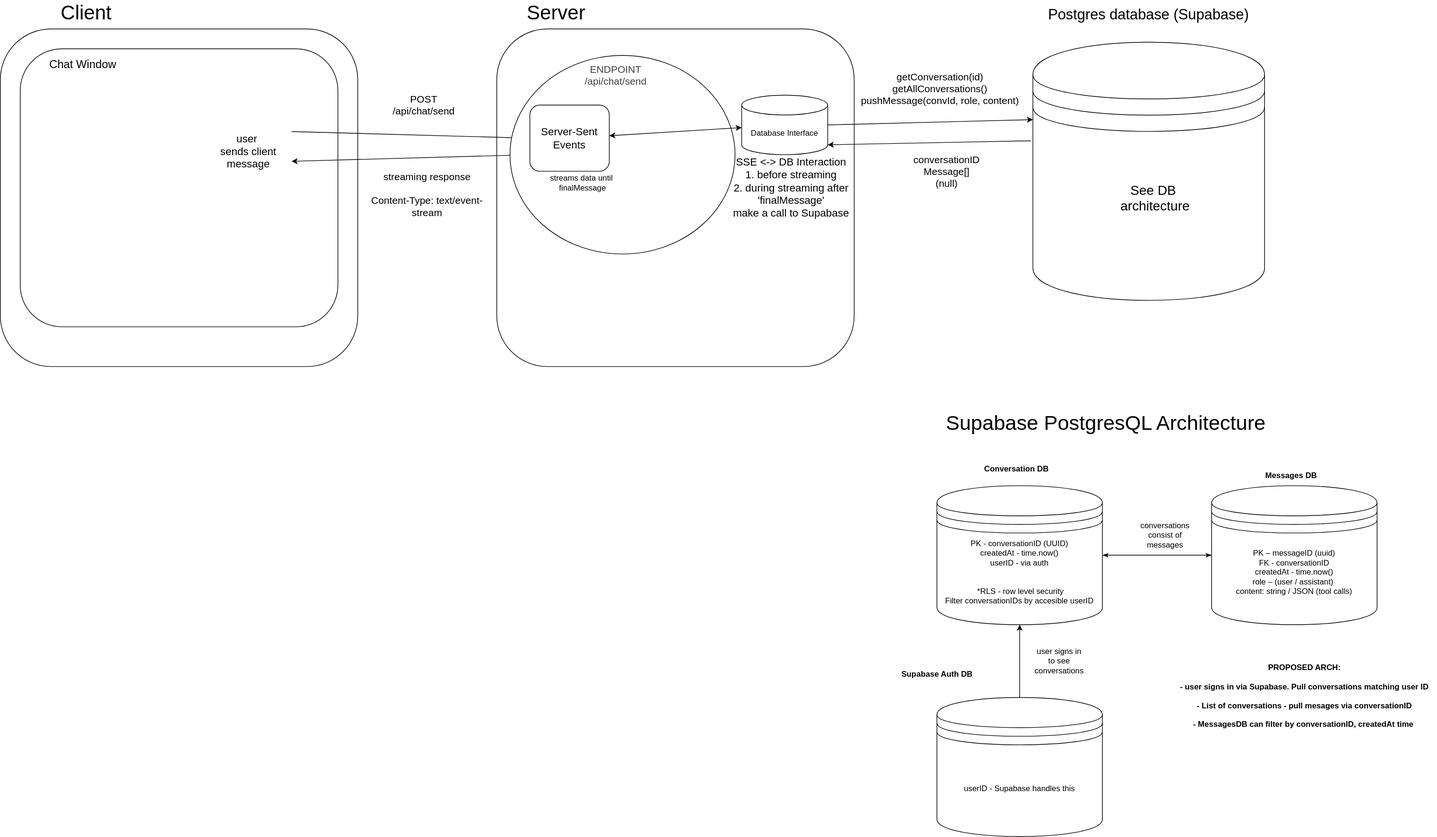
The draw.io diagram assets/architecture.drawio.svg in joshupadhyay/the-crunch, before a commit. Source tidied: cells renumbered, new cells last; positions are measured from the earlier drawing's top-left corner, leaving out a move shared by most shapes. Source of this version:
```xml
<mxGraphModel>
  <root>
    <mxCell id="0" />
    <mxCell id="1" parent="0" />
    <mxCell id="2" style="rounded=1;whiteSpace=wrap;html=1;" parent="1" vertex="1">
      <mxGeometry y="40" width="540" height="510" as="geometry" />
    </mxCell>
    <mxCell id="3" value="Client" style="text;strokeColor=none;align=center;fillColor=none;html=1;verticalAlign=middle;whiteSpace=wrap;rounded=0;fontSize=30;" parent="1" vertex="1">
      <mxGeometry x="100" width="60" height="30" as="geometry" />
    </mxCell>
    <mxCell id="4" style="rounded=1;whiteSpace=wrap;html=1;" parent="1" vertex="1">
      <mxGeometry x="750" y="40" width="540" height="510" as="geometry" />
    </mxCell>
    <mxCell id="5" value="Server" style="text;strokeColor=none;align=center;fillColor=none;html=1;verticalAlign=middle;whiteSpace=wrap;rounded=0;fontSize=30;" parent="1" vertex="1">
      <mxGeometry x="810" width="60" height="30" as="geometry" />
    </mxCell>
    <mxCell id="6" style="rounded=1;whiteSpace=wrap;html=1;" parent="1" vertex="1">
      <mxGeometry x="200" y="400" width="120" height="60" as="geometry" />
    </mxCell>
    <mxCell id="7" style="rounded=1;whiteSpace=wrap;html=1;" parent="1" vertex="1">
      <mxGeometry x="30" y="70" width="480" height="420" as="geometry" />
    </mxCell>
    <mxCell id="8" style="shape=datastore;whiteSpace=wrap;html=1;" parent="1" vertex="1">
      <mxGeometry x="1560" y="60" width="350" height="390" as="geometry" />
    </mxCell>
    <mxCell id="9" value="&lt;font style=&quot;font-size: 22px;&quot;&gt;Postgres database (Supabase)&lt;/font&gt;" style="text;strokeColor=none;align=center;fillColor=none;html=1;verticalAlign=middle;whiteSpace=wrap;rounded=0;fontSize=30;" parent="1" vertex="1">
      <mxGeometry x="1530" width="410" height="30" as="geometry" />
    </mxCell>
    <mxCell id="10" style="edgeStyle=none;html=1;startArrow=classicThin;startFill=1;endArrow=classicThin;endFill=1;" parent="1" edge="1" source="12" target="15">
      <mxGeometry relative="1" as="geometry" />
    </mxCell>
    <mxCell id="11" style="edgeStyle=none;html=1;entryX=0.5;entryY=0;entryDx=0;entryDy=0;startArrow=classic;startFill=1;endArrow=none;endFill=0;" parent="1" edge="1" source="12" target="17">
      <mxGeometry relative="1" as="geometry" />
    </mxCell>
    <mxCell id="12" value="PK - conversationID (UUID)&lt;div&gt;createdAt - time.now()&lt;/div&gt;&lt;div&gt;userID - via auth&lt;/div&gt;&lt;div&gt;&lt;br&gt;&lt;/div&gt;&lt;div&gt;&lt;br&gt;&lt;/div&gt;&lt;div&gt;&amp;nbsp;*RLS - row level security&lt;/div&gt;&lt;div&gt;Filter conversationIDs by accesible userID&lt;/div&gt;&lt;div&gt;&lt;br&gt;&lt;/div&gt;" style="shape=datastore;whiteSpace=wrap;html=1;" parent="1" vertex="1">
      <mxGeometry x="1415" y="730" width="250" height="210" as="geometry" />
    </mxCell>
    <mxCell id="13" value="Supabase PostgresQL Architecture" style="text;html=1;align=center;verticalAlign=middle;strokeColor=none;fillColor=none;fontSize=31;" parent="1" vertex="1">
      <mxGeometry x="1415" y="610" width="510" height="50" as="geometry" />
    </mxCell>
    <mxCell id="14" value="&lt;b&gt;Conversation DB&lt;/b&gt;" style="text;html=1;align=center;verticalAlign=middle;strokeColor=none;fillColor=none;" parent="1" vertex="1">
      <mxGeometry x="1475" y="690" width="120" height="30" as="geometry" />
    </mxCell>
    <mxCell id="15" value="PK – messageID (uuid)&lt;div&gt;FK - conversationID&lt;/div&gt;&lt;div&gt;createdAt - time.now()&lt;/div&gt;&lt;div&gt;role – (user / assistant)&amp;nbsp;&lt;/div&gt;&lt;div&gt;content: string / JSON (tool calls)&lt;/div&gt;&lt;div&gt;&lt;br&gt;&lt;/div&gt;" style="shape=datastore;whiteSpace=wrap;html=1;" parent="1" vertex="1">
      <mxGeometry x="1830" y="730" width="250" height="210" as="geometry" />
    </mxCell>
    <mxCell id="16" value="&lt;b&gt;Messages DB&lt;/b&gt;" style="text;html=1;align=center;verticalAlign=middle;strokeColor=none;fillColor=none;" parent="1" vertex="1">
      <mxGeometry x="1900" y="700" width="100" height="30" as="geometry" />
    </mxCell>
    <mxCell id="17" value="&lt;div&gt;userID - Supabase handles this&lt;/div&gt;" style="shape=datastore;whiteSpace=wrap;html=1;" parent="1" vertex="1">
      <mxGeometry x="1415" y="1050" width="250" height="210" as="geometry" />
    </mxCell>
    <mxCell id="18" value="&lt;b&gt;Supabase Auth DB&lt;/b&gt;" style="text;html=1;align=center;verticalAlign=middle;strokeColor=none;fillColor=none;" parent="1" vertex="1">
      <mxGeometry x="1350" y="1000" width="130" height="30" as="geometry" />
    </mxCell>
    <mxCell id="19" value="&lt;b&gt;PROPOSED ARCH:&lt;/b&gt;&lt;div&gt;&lt;b&gt;&lt;br&gt;&lt;/b&gt;&lt;/div&gt;&lt;div&gt;&lt;b&gt;- user signs in via Supabase. Pull conversations matching user ID&lt;/b&gt;&lt;/div&gt;&lt;div&gt;&lt;b&gt;&lt;br&gt;&lt;/b&gt;&lt;/div&gt;&lt;div&gt;&lt;b&gt;- List of conversations - pull mesages via conversationID&lt;/b&gt;&lt;/div&gt;&lt;div&gt;&lt;b&gt;&lt;br&gt;&lt;/b&gt;&lt;/div&gt;&lt;div&gt;&lt;b&gt;- MessagesDB can filter by conversationID, createdAt time&amp;nbsp;&lt;/b&gt;&lt;/div&gt;&lt;div&gt;&lt;b&gt;&lt;br&gt;&lt;/b&gt;&lt;/div&gt;" style="text;html=1;align=center;verticalAlign=middle;strokeColor=none;fillColor=none;" parent="1" vertex="1">
      <mxGeometry x="1770" y="990" width="400" height="130" as="geometry" />
    </mxCell>
    <mxCell id="20" value="user signs in to see conversations" style="text;strokeColor=none;align=center;fillColor=none;html=1;verticalAlign=middle;whiteSpace=wrap;rounded=0;" parent="1" vertex="1">
      <mxGeometry x="1570" y="980" width="60" height="30" as="geometry" />
    </mxCell>
    <mxCell id="21" value="conversations&lt;div&gt;consist of&lt;/div&gt;&lt;div&gt;messages&lt;/div&gt;" style="text;strokeColor=none;align=center;fillColor=none;html=1;verticalAlign=middle;whiteSpace=wrap;rounded=0;" parent="1" vertex="1">
      <mxGeometry x="1730" y="790" width="60" height="30" as="geometry" />
    </mxCell>
    <mxCell id="22" value="See DB&amp;nbsp;&lt;div&gt;architecture&lt;/div&gt;" style="text;strokeColor=none;align=center;fillColor=none;html=1;verticalAlign=middle;whiteSpace=wrap;rounded=0;fontSize=20;" parent="1" vertex="1">
      <mxGeometry x="1665" y="240" width="160" height="110" as="geometry" />
    </mxCell>
    <mxCell id="23" value="&lt;font style=&quot;font-size: 17px;&quot;&gt;Chat Window&lt;/font&gt;" style="text;strokeColor=none;align=center;fillColor=none;html=1;verticalAlign=middle;whiteSpace=wrap;rounded=0;" parent="1" vertex="1">
      <mxGeometry x="40" y="80" width="170" height="30" as="geometry" />
    </mxCell>
    <mxCell id="24" value="user&amp;nbsp;&lt;div&gt;sends client message&lt;/div&gt;" style="text;strokeColor=none;align=center;fillColor=none;html=1;verticalAlign=middle;whiteSpace=wrap;rounded=0;fontSize=16;" parent="1" vertex="1">
      <mxGeometry x="310" y="195" width="130" height="60" as="geometry" />
    </mxCell>
    <mxCell id="25" style="edgeStyle=none;html=1;entryX=0;entryY=0.5;entryDx=0;entryDy=0;exitX=1;exitY=0;exitDx=0;exitDy=0;" parent="1" edge="1" source="24" target="31">
      <mxGeometry relative="1" as="geometry" />
    </mxCell>
    <mxCell id="26" style="edgeStyle=none;html=1;exitX=0;exitY=0.75;exitDx=0;exitDy=0;entryX=1;entryY=0.75;entryDx=0;entryDy=0;" parent="1" edge="1" source="31" target="24">
      <mxGeometry relative="1" as="geometry" />
    </mxCell>
    <mxCell id="27" value="&lt;div&gt;&lt;font style=&quot;font-size: 15px;&quot;&gt;POST&lt;/font&gt;&lt;/div&gt;&lt;font style=&quot;font-size: 15px;&quot;&gt;/api/chat/send&lt;/font&gt;" style="text;strokeColor=none;align=center;fillColor=none;html=1;verticalAlign=middle;whiteSpace=wrap;rounded=0;" parent="1" vertex="1">
      <mxGeometry x="580" y="140" width="120" height="30" as="geometry" />
    </mxCell>
    <mxCell id="28" value="&lt;div&gt;&lt;span style=&quot;font-size: 15px;&quot;&gt;streaming response&lt;/span&gt;&lt;/div&gt;&lt;div&gt;&lt;span style=&quot;font-size: 15px;&quot;&gt;&lt;br&gt;&lt;/span&gt;&lt;/div&gt;&lt;div&gt;&lt;span style=&quot;font-size: 15px;&quot;&gt;Content-Type: text/event-stream&lt;/span&gt;&lt;/div&gt;" style="text;strokeColor=none;align=center;fillColor=none;html=1;verticalAlign=middle;whiteSpace=wrap;rounded=0;" parent="1" vertex="1">
      <mxGeometry x="550" y="230" width="190" height="120" as="geometry" />
    </mxCell>
    <mxCell id="29" style="ellipse;whiteSpace=wrap;html=1;" parent="1" vertex="1">
      <mxGeometry x="770" y="80" width="340" height="300" as="geometry" />
    </mxCell>
    <mxCell id="30" style="edgeStyle=none;html=1;startArrow=classic;startFill=1;" parent="1" edge="1" source="31" target="36">
      <mxGeometry relative="1" as="geometry" />
    </mxCell>
    <mxCell id="31" value="&lt;font style=&quot;font-size: 16px;&quot;&gt;Server-Sent Events&lt;/font&gt;" style="rounded=1;whiteSpace=wrap;html=1;" parent="1" vertex="1">
      <mxGeometry x="800" y="155" width="120" height="100" as="geometry" />
    </mxCell>
    <mxCell id="32" value="&lt;div&gt;&lt;span style=&quot;color: rgb(63, 63, 63); font-size: 15px; background-color: transparent;&quot;&gt;ENDPOINT&lt;br&gt;/api/chat/send&lt;/span&gt;&lt;/div&gt;" style="text;strokeColor=none;align=center;fillColor=none;html=1;verticalAlign=middle;whiteSpace=wrap;rounded=0;" parent="1" vertex="1">
      <mxGeometry x="865" y="90" width="130" height="40" as="geometry" />
    </mxCell>
    <mxCell id="33" value="&lt;div&gt;&lt;br&gt;&lt;/div&gt;&lt;div&gt;SSE &amp;lt;-&amp;gt; DB Interaction&lt;/div&gt;1. before streaming&lt;div&gt;2. during streaming after 'finalMessage'&lt;/div&gt;&lt;div&gt;make a call to Supabase&lt;/div&gt;" style="text;strokeColor=none;align=center;fillColor=none;html=1;verticalAlign=middle;whiteSpace=wrap;rounded=0;fontSize=16;" parent="1" vertex="1">
      <mxGeometry x="1100" y="232.5" width="190" height="75" as="geometry" />
    </mxCell>
    <mxCell id="34" value="streams data until&amp;nbsp;&lt;div&gt;finalMessage&lt;/div&gt;" style="text;strokeColor=none;align=center;fillColor=none;html=1;verticalAlign=middle;whiteSpace=wrap;rounded=0;" parent="1" vertex="1">
      <mxGeometry x="760" y="255" width="240" height="35" as="geometry" />
    </mxCell>
    <mxCell id="35" style="edgeStyle=none;html=1;exitX=1;exitY=0.5;exitDx=0;exitDy=0;exitPerimeter=0;entryX=0;entryY=0.3;entryDx=0;entryDy=0;startArrow=none;startFill=0;" parent="1" edge="1" source="36" target="8">
      <mxGeometry relative="1" as="geometry" />
    </mxCell>
    <mxCell id="36" value="Database Interface" style="shape=cylinder3;whiteSpace=wrap;html=1;boundedLbl=1;backgroundOutline=1;size=15;" parent="1" vertex="1">
      <mxGeometry x="1120" y="140" width="130" height="90" as="geometry" />
    </mxCell>
    <mxCell id="37" value="getConversation(id)&lt;div&gt;getAllConversations()&lt;/div&gt;&lt;div&gt;pushMessage(convId, role, content)&lt;/div&gt;" style="text;strokeColor=none;align=center;fillColor=none;html=1;verticalAlign=middle;whiteSpace=wrap;rounded=0;fontSize=15;" parent="1" vertex="1">
      <mxGeometry x="1290" y="80" width="260" height="100" as="geometry" />
    </mxCell>
    <mxCell id="38" style="edgeStyle=none;html=1;exitX=-0.009;exitY=0.382;exitDx=0;exitDy=0;entryX=1;entryY=1;entryDx=0;entryDy=-15;entryPerimeter=0;exitPerimeter=0;" parent="1" edge="1" source="8" target="36">
      <mxGeometry relative="1" as="geometry" />
    </mxCell>
    <mxCell id="39" value="conversationID&lt;div&gt;Message[]&lt;/div&gt;&lt;div&gt;(null)&lt;/div&gt;" style="text;strokeColor=none;align=center;fillColor=none;html=1;verticalAlign=middle;whiteSpace=wrap;rounded=0;fontSize=15;" parent="1" vertex="1">
      <mxGeometry x="1300" y="205" width="260" height="100" as="geometry" />
    </mxCell>
  </root>
</mxGraphModel>
```
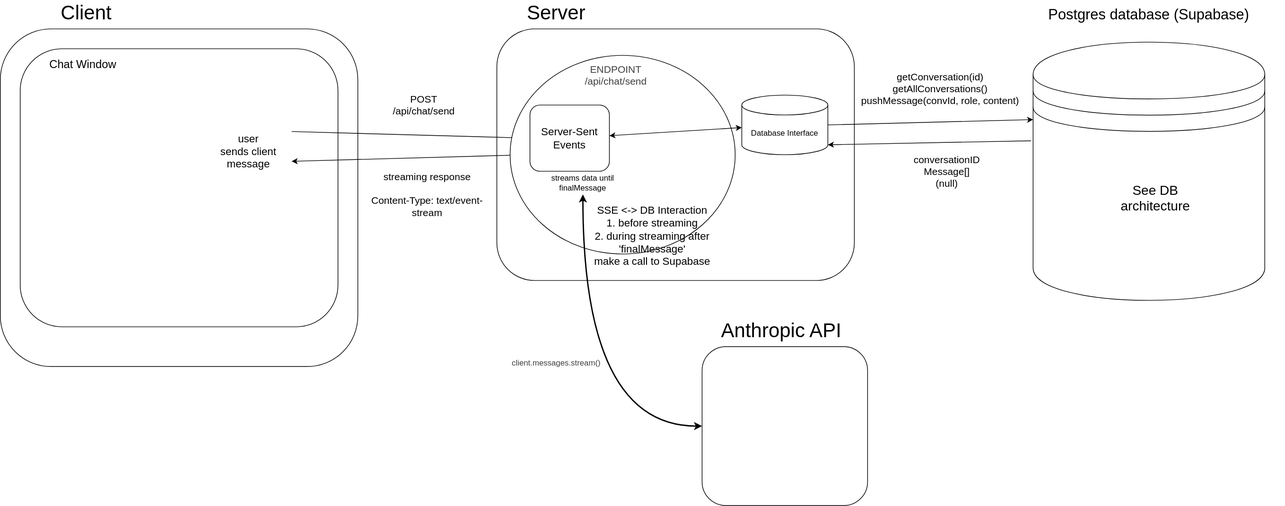
Above is the later version.

Commit message:
slightly adjusted architecture, added date tool use.

Diff of the diagram source:
```diff
@@ -9,7 +9,7 @@
       <mxGeometry x="100" width="60" height="30" as="geometry" />
     </mxCell>
     <mxCell id="4" style="rounded=1;whiteSpace=wrap;html=1;" parent="1" vertex="1">
-      <mxGeometry x="750" y="40" width="540" height="510" as="geometry" />
+      <mxGeometry x="750" y="40" width="540" height="380" as="geometry" />
     </mxCell>
     <mxCell id="5" value="Server" style="text;strokeColor=none;align=center;fillColor=none;html=1;verticalAlign=middle;whiteSpace=wrap;rounded=0;fontSize=30;" parent="1" vertex="1">
       <mxGeometry x="810" width="60" height="30" as="geometry" />
@@ -26,42 +26,6 @@
     <mxCell id="9" value="&lt;font style=&quot;font-size: 22px;&quot;&gt;Postgres database (Supabase)&lt;/font&gt;" style="text;strokeColor=none;align=center;fillColor=none;html=1;verticalAlign=middle;whiteSpace=wrap;rounded=0;fontSize=30;" parent="1" vertex="1">
       <mxGeometry x="1530" width="410" height="30" as="geometry" />
     </mxCell>
-    <mxCell id="10" style="edgeStyle=none;html=1;startArrow=classicThin;startFill=1;endArrow=classicThin;endFill=1;" parent="1" edge="1" source="12" target="15">
-      <mxGeometry relative="1" as="geometry" />
-    </mxCell>
-    <mxCell id="11" style="edgeStyle=none;html=1;entryX=0.5;entryY=0;entryDx=0;entryDy=0;startArrow=classic;startFill=1;endArrow=none;endFill=0;" parent="1" edge="1" source="12" target="17">
-      <mxGeometry relative="1" as="geometry" />
-    </mxCell>
-    <mxCell id="12" value="PK - conversationID (UUID)&lt;div&gt;createdAt - time.now()&lt;/div&gt;&lt;div&gt;userID - via auth&lt;/div&gt;&lt;div&gt;&lt;br&gt;&lt;/div&gt;&lt;div&gt;&lt;br&gt;&lt;/div&gt;&lt;div&gt;&amp;nbsp;*RLS - row level security&lt;/div&gt;&lt;div&gt;Filter conversationIDs by accesible userID&lt;/div&gt;&lt;div&gt;&lt;br&gt;&lt;/div&gt;" style="shape=datastore;whiteSpace=wrap;html=1;" parent="1" vertex="1">
-      <mxGeometry x="1415" y="730" width="250" height="210" as="geometry" />
-    </mxCell>
-    <mxCell id="13" value="Supabase PostgresQL Architecture" style="text;html=1;align=center;verticalAlign=middle;strokeColor=none;fillColor=none;fontSize=31;" parent="1" vertex="1">
-      <mxGeometry x="1415" y="610" width="510" height="50" as="geometry" />
-    </mxCell>
-    <mxCell id="14" value="&lt;b&gt;Conversation DB&lt;/b&gt;" style="text;html=1;align=center;verticalAlign=middle;strokeColor=none;fillColor=none;" parent="1" vertex="1">
-      <mxGeometry x="1475" y="690" width="120" height="30" as="geometry" />
-    </mxCell>
-    <mxCell id="15" value="PK – messageID (uuid)&lt;div&gt;FK - conversationID&lt;/div&gt;&lt;div&gt;createdAt - time.now()&lt;/div&gt;&lt;div&gt;role – (user / assistant)&amp;nbsp;&lt;/div&gt;&lt;div&gt;content: string / JSON (tool calls)&lt;/div&gt;&lt;div&gt;&lt;br&gt;&lt;/div&gt;" style="shape=datastore;whiteSpace=wrap;html=1;" parent="1" vertex="1">
-      <mxGeometry x="1830" y="730" width="250" height="210" as="geometry" />
-    </mxCell>
-    <mxCell id="16" value="&lt;b&gt;Messages DB&lt;/b&gt;" style="text;html=1;align=center;verticalAlign=middle;strokeColor=none;fillColor=none;" parent="1" vertex="1">
-      <mxGeometry x="1900" y="700" width="100" height="30" as="geometry" />
-    </mxCell>
-    <mxCell id="17" value="&lt;div&gt;userID - Supabase handles this&lt;/div&gt;" style="shape=datastore;whiteSpace=wrap;html=1;" parent="1" vertex="1">
-      <mxGeometry x="1415" y="1050" width="250" height="210" as="geometry" />
-    </mxCell>
-    <mxCell id="18" value="&lt;b&gt;Supabase Auth DB&lt;/b&gt;" style="text;html=1;align=center;verticalAlign=middle;strokeColor=none;fillColor=none;" parent="1" vertex="1">
-      <mxGeometry x="1350" y="1000" width="130" height="30" as="geometry" />
-    </mxCell>
-    <mxCell id="19" value="&lt;b&gt;PROPOSED ARCH:&lt;/b&gt;&lt;div&gt;&lt;b&gt;&lt;br&gt;&lt;/b&gt;&lt;/div&gt;&lt;div&gt;&lt;b&gt;- user signs in via Supabase. Pull conversations matching user ID&lt;/b&gt;&lt;/div&gt;&lt;div&gt;&lt;b&gt;&lt;br&gt;&lt;/b&gt;&lt;/div&gt;&lt;div&gt;&lt;b&gt;- List of conversations - pull mesages via conversationID&lt;/b&gt;&lt;/div&gt;&lt;div&gt;&lt;b&gt;&lt;br&gt;&lt;/b&gt;&lt;/div&gt;&lt;div&gt;&lt;b&gt;- MessagesDB can filter by conversationID, createdAt time&amp;nbsp;&lt;/b&gt;&lt;/div&gt;&lt;div&gt;&lt;b&gt;&lt;br&gt;&lt;/b&gt;&lt;/div&gt;" style="text;html=1;align=center;verticalAlign=middle;strokeColor=none;fillColor=none;" parent="1" vertex="1">
-      <mxGeometry x="1770" y="990" width="400" height="130" as="geometry" />
-    </mxCell>
-    <mxCell id="20" value="user signs in to see conversations" style="text;strokeColor=none;align=center;fillColor=none;html=1;verticalAlign=middle;whiteSpace=wrap;rounded=0;" parent="1" vertex="1">
-      <mxGeometry x="1570" y="980" width="60" height="30" as="geometry" />
-    </mxCell>
-    <mxCell id="21" value="conversations&lt;div&gt;consist of&lt;/div&gt;&lt;div&gt;messages&lt;/div&gt;" style="text;strokeColor=none;align=center;fillColor=none;html=1;verticalAlign=middle;whiteSpace=wrap;rounded=0;" parent="1" vertex="1">
-      <mxGeometry x="1730" y="790" width="60" height="30" as="geometry" />
-    </mxCell>
     <mxCell id="22" value="See DB&amp;nbsp;&lt;div&gt;architecture&lt;/div&gt;" style="text;strokeColor=none;align=center;fillColor=none;html=1;verticalAlign=middle;whiteSpace=wrap;rounded=0;fontSize=20;" parent="1" vertex="1">
       <mxGeometry x="1665" y="240" width="160" height="110" as="geometry" />
     </mxCell>
@@ -96,8 +60,11 @@
       <mxGeometry x="865" y="90" width="130" height="40" as="geometry" />
     </mxCell>
     <mxCell id="33" value="&lt;div&gt;&lt;br&gt;&lt;/div&gt;&lt;div&gt;SSE &amp;lt;-&amp;gt; DB Interaction&lt;/div&gt;1. before streaming&lt;div&gt;2. during streaming after 'finalMessage'&lt;/div&gt;&lt;div&gt;make a call to Supabase&lt;/div&gt;" style="text;strokeColor=none;align=center;fillColor=none;html=1;verticalAlign=middle;whiteSpace=wrap;rounded=0;fontSize=16;" parent="1" vertex="1">
-      <mxGeometry x="1100" y="232.5" width="190" height="75" as="geometry" />
+      <mxGeometry x="890" y="305" width="190" height="75" as="geometry" />
     </mxCell>
+    <mxCell id="40" style="edgeStyle=orthogonalEdgeStyle;curved=1;html=1;exitX=0.5;exitY=1;exitDx=0;exitDy=0;entryX=0;entryY=0.5;entryDx=0;entryDy=0;startArrow=classic;startFill=1;strokeWidth=2;" parent="1" edge="1" source="34" target="41">
+      <mxGeometry relative="1" as="geometry" />
+    </mxCell>
     <mxCell id="34" value="streams data until&amp;nbsp;&lt;div&gt;finalMessage&lt;/div&gt;" style="text;strokeColor=none;align=center;fillColor=none;html=1;verticalAlign=middle;whiteSpace=wrap;rounded=0;" parent="1" vertex="1">
       <mxGeometry x="760" y="255" width="240" height="35" as="geometry" />
     </mxCell>
@@ -116,5 +83,14 @@
     <mxCell id="39" value="conversationID&lt;div&gt;Message[]&lt;/div&gt;&lt;div&gt;(null)&lt;/div&gt;" style="text;strokeColor=none;align=center;fillColor=none;html=1;verticalAlign=middle;whiteSpace=wrap;rounded=0;fontSize=15;" parent="1" vertex="1">
       <mxGeometry x="1300" y="205" width="260" height="100" as="geometry" />
     </mxCell>
+    <mxCell id="41" style="rounded=1;whiteSpace=wrap;html=1;" parent="1" vertex="1">
+      <mxGeometry x="1060" y="520" width="250" height="240" as="geometry" />
+    </mxCell>
+    <mxCell id="42" value="Anthropic API" style="text;strokeColor=none;align=center;fillColor=none;html=1;verticalAlign=middle;whiteSpace=wrap;rounded=0;fontSize=30;" parent="1" vertex="1">
+      <mxGeometry x="1070" y="480" width="220" height="30" as="geometry" />
+    </mxCell>
+    <mxCell id="43" value="&lt;div&gt;&lt;span style=&quot;background-color: transparent; color: rgb(63, 63, 63);&quot;&gt;client.messages.stream()&lt;/span&gt;&lt;/div&gt;" style="text;strokeColor=none;align=center;fillColor=none;html=1;verticalAlign=middle;whiteSpace=wrap;rounded=0;" parent="1" vertex="1">
+      <mxGeometry x="810" y="530" width="60" height="30" as="geometry" />
+    </mxCell>
   </root>
 </mxGraphModel>
```
